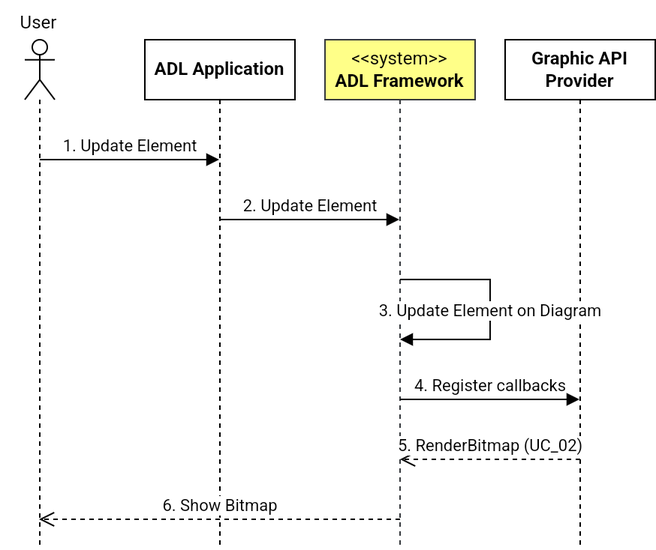
The draw.io diagram img/UpdateElement.drawio.png in phunm211/SW-Associate-Architecture, before a commit. Source tidied: cells renumbered, new cells last; positions are measured from the earlier drawing's top-left corner, leaving out a move shared by most shapes.
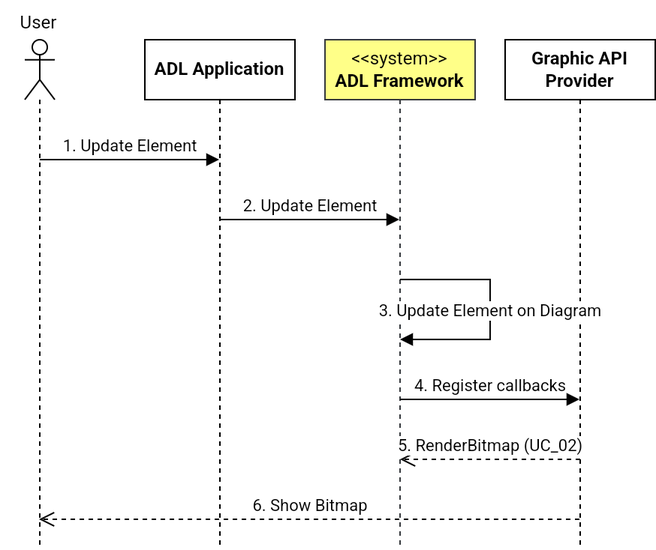
After the commit.

Change to the diagram source:
```diff
@@ -47,9 +47,11 @@
         <mxPoint x="266" y="306" as="targetPoint" />
       </mxGeometry>
     </mxCell>
-    <mxCell id="12" value="6. Show Bitmap" style="html=1;verticalAlign=bottom;endArrow=open;dashed=1;endSize=8;curved=0;rounded=0;" parent="1" edge="1" target="2">
+    <mxCell id="12" value="6. Show Bitmap" style="html=1;verticalAlign=bottom;endArrow=open;dashed=1;endSize=8;curved=0;rounded=0;" parent="1" edge="1" source="5" target="2">
       <mxGeometry relative="1" as="geometry">
-        <mxPoint x="266" y="346" as="sourcePoint" />
+        <Array as="points">
+          <mxPoint x="216" y="346" />
+        </Array>
       </mxGeometry>
     </mxCell>
   </root>
```
